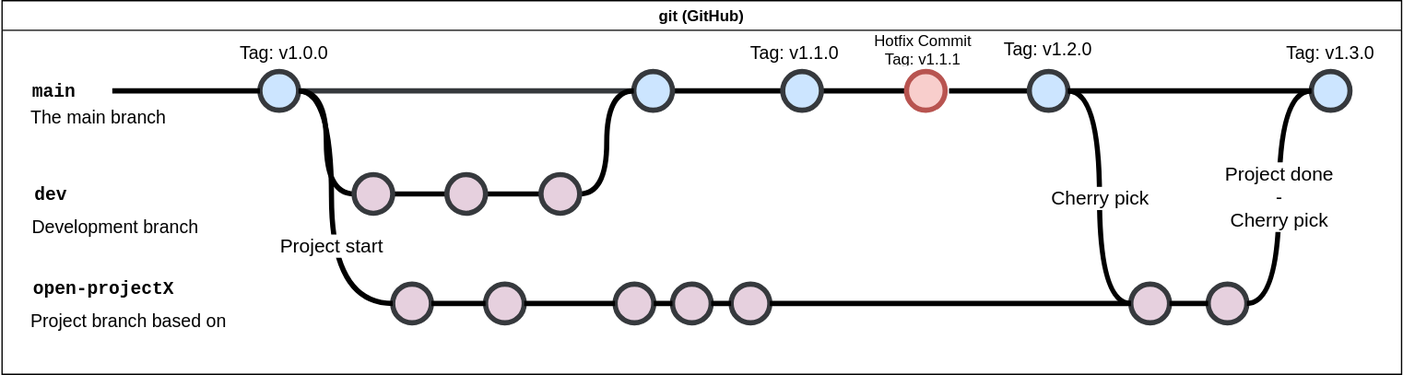
Earlier version of the draw.io export guide/modules/ROOT/assets/images/versioning_concept.drawio.svg (asam-ev/asam-project-guide-content). Source tidied: cells renumbered, new cells last; positions are measured from the earlier drawing's top-left corner, leaving out a move shared by most shapes. Source of this version:
```xml
<mxGraphModel>
  <root>
    <mxCell id="0" />
    <mxCell id="1" parent="0" />
    <mxCell id="2" style="edgeStyle=orthogonalEdgeStyle;rounded=0;html=1;jettySize=auto;endArrow=none;endFill=0;strokeWidth=4;fillColor=#cce5ff;strokeColor=#36393d;" parent="1" edge="1" source="4" target="6">
      <mxGeometry x="304.5" y="180" as="geometry" />
    </mxCell>
    <mxCell id="3" style="edgeStyle=orthogonalEdgeStyle;curved=1;rounded=0;html=1;exitX=1;exitY=0.5;exitPerimeter=0;entryX=0;entryY=0.5;entryPerimeter=0;endArrow=none;endFill=0;jettySize=auto;strokeWidth=4;fontSize=15;" parent="1" edge="1" source="4" target="14">
      <mxGeometry relative="1" as="geometry" />
    </mxCell>
    <mxCell id="4" style="verticalLabelPosition=bottom;verticalAlign=top;html=1;strokeWidth=4;shape=mxgraph.flowchart.on-page_reference;fillColor=#cce5ff;strokeColor=#36393d;" parent="1" vertex="1">
      <mxGeometry x="200.5" y="55" width="30" height="30" as="geometry" />
    </mxCell>
    <mxCell id="5" style="edgeStyle=orthogonalEdgeStyle;curved=1;rounded=0;jettySize=auto;html=1;endArrow=none;endFill=0;strokeWidth=4;fontFamily=Courier New;fontSize=16;" parent="1" edge="1" source="6" target="8">
      <mxGeometry relative="1" as="geometry" />
    </mxCell>
    <mxCell id="6" style="verticalLabelPosition=bottom;verticalAlign=top;html=1;strokeWidth=4;shape=mxgraph.flowchart.on-page_reference;fillColor=#cce5ff;strokeColor=#36393d;" parent="1" vertex="1">
      <mxGeometry x="490.5" y="55" width="30" height="30" as="geometry" />
    </mxCell>
    <mxCell id="7" style="edgeStyle=orthogonalEdgeStyle;curved=1;rounded=0;jettySize=auto;html=1;endArrow=none;endFill=0;strokeWidth=4;fontFamily=Courier New;fontSize=16;" parent="1" edge="1" source="8">
      <mxGeometry relative="1" as="geometry">
        <mxPoint x="705" y="70" as="targetPoint" />
      </mxGeometry>
    </mxCell>
    <mxCell id="8" style="verticalLabelPosition=bottom;verticalAlign=top;html=1;strokeWidth=4;shape=mxgraph.flowchart.on-page_reference;fillColor=#cce5ff;strokeColor=#36393d;" parent="1" vertex="1">
      <mxGeometry x="606" y="55" width="30" height="30" as="geometry" />
    </mxCell>
    <mxCell id="9" style="edgeStyle=orthogonalEdgeStyle;curved=1;rounded=0;jettySize=auto;html=1;endArrow=none;endFill=0;strokeWidth=4;fontFamily=Courier New;fontSize=16;" parent="1" edge="1" target="10">
      <mxGeometry relative="1" as="geometry">
        <mxPoint x="735" y="70" as="sourcePoint" />
      </mxGeometry>
    </mxCell>
    <mxCell id="10" style="verticalLabelPosition=bottom;verticalAlign=top;html=1;strokeWidth=4;shape=mxgraph.flowchart.on-page_reference;fillColor=#cce5ff;strokeColor=#36393d;" parent="1" vertex="1">
      <mxGeometry x="797.2" y="55" width="30" height="30" as="geometry" />
    </mxCell>
    <mxCell id="11" style="edgeStyle=orthogonalEdgeStyle;rounded=0;html=1;jettySize=auto;strokeWidth=4;endArrow=none;endFill=0;" parent="1" edge="1" target="4">
      <mxGeometry x="204.5" y="180" as="geometry">
        <mxPoint x="86" y="70" as="sourcePoint" />
      </mxGeometry>
    </mxCell>
    <mxCell id="12" value="main" style="text;html=1;strokeColor=none;fillColor=none;align=center;verticalAlign=middle;whiteSpace=wrap;overflow=hidden;fontSize=14;fontStyle=1;fontFamily=Courier New;" parent="1" vertex="1">
      <mxGeometry x="16" y="60" width="50" height="20" as="geometry" />
    </mxCell>
    <mxCell id="13" style="edgeStyle=orthogonalEdgeStyle;curved=1;rounded=0;html=1;exitX=1;exitY=0.5;exitPerimeter=0;entryX=0;entryY=0.5;entryPerimeter=0;endArrow=none;endFill=0;jettySize=auto;strokeWidth=4;fontSize=15;" parent="1" edge="1" source="14" target="16">
      <mxGeometry relative="1" as="geometry" />
    </mxCell>
    <mxCell id="14" style="verticalLabelPosition=bottom;verticalAlign=top;html=1;strokeWidth=4;shape=mxgraph.flowchart.on-page_reference;fillColor=#E6D0DE;strokeColor=#36393d;" parent="1" vertex="1">
      <mxGeometry x="273.5" y="135" width="30" height="30" as="geometry" />
    </mxCell>
    <mxCell id="15" style="edgeStyle=orthogonalEdgeStyle;curved=1;rounded=0;html=1;exitX=1;exitY=0.5;exitPerimeter=0;entryX=0;entryY=0.5;entryPerimeter=0;endArrow=none;endFill=0;jettySize=auto;strokeWidth=4;fontSize=15;" parent="1" edge="1" source="16" target="18">
      <mxGeometry relative="1" as="geometry" />
    </mxCell>
    <mxCell id="16" style="verticalLabelPosition=bottom;verticalAlign=top;html=1;strokeWidth=4;shape=mxgraph.flowchart.on-page_reference;fillColor=#E6D0DE;strokeColor=#36393d;" parent="1" vertex="1">
      <mxGeometry x="345.5" y="135" width="30" height="30" as="geometry" />
    </mxCell>
    <mxCell id="17" style="edgeStyle=orthogonalEdgeStyle;curved=1;rounded=0;html=1;exitX=1;exitY=0.5;exitPerimeter=0;entryX=0;entryY=0.5;entryPerimeter=0;endArrow=none;endFill=0;jettySize=auto;strokeWidth=4;fontSize=15;" parent="1" edge="1" source="18" target="6">
      <mxGeometry relative="1" as="geometry" />
    </mxCell>
    <mxCell id="18" style="verticalLabelPosition=bottom;verticalAlign=top;html=1;strokeWidth=4;shape=mxgraph.flowchart.on-page_reference;fillColor=#E6D0DE;strokeColor=#36393d;" parent="1" vertex="1">
      <mxGeometry x="418.5" y="135" width="30" height="30" as="geometry" />
    </mxCell>
    <mxCell id="19" value="dev" style="text;html=1;strokeColor=none;fillColor=none;align=left;verticalAlign=middle;whiteSpace=wrap;overflow=hidden;fontSize=14;fontStyle=1;fontFamily=Courier New;" parent="1" vertex="1">
      <mxGeometry x="23.5" y="140" width="240" height="20" as="geometry" />
    </mxCell>
    <mxCell id="20" value="The main branch&lt;br&gt;" style="text;html=1;strokeColor=none;fillColor=none;align=left;verticalAlign=middle;whiteSpace=wrap;overflow=hidden;fontSize=14;fontStyle=0;" parent="1" vertex="1">
      <mxGeometry x="21.2" y="80" width="132.2" height="20" as="geometry" />
    </mxCell>
    <mxCell id="21" value="Development branch" style="text;html=1;strokeColor=none;fillColor=none;align=left;verticalAlign=middle;whiteSpace=wrap;overflow=hidden;fontSize=14;fontStyle=0;" parent="1" vertex="1">
      <mxGeometry x="22.2" y="165" width="202.2" height="20" as="geometry" />
    </mxCell>
    <mxCell id="22" value="Tag: v1.0.0" style="text;html=1;strokeColor=none;fillColor=none;align=center;verticalAlign=middle;whiteSpace=wrap;overflow=hidden;fontSize=14;" parent="1" vertex="1">
      <mxGeometry x="174.8" y="30" width="89.2" height="20" as="geometry" />
    </mxCell>
    <mxCell id="23" value="Tag: v1.1.0" style="text;html=1;strokeColor=none;fillColor=none;align=center;verticalAlign=middle;whiteSpace=wrap;overflow=hidden;fontSize=14;" parent="1" vertex="1">
      <mxGeometry x="574" y="30" width="83" height="20" as="geometry" />
    </mxCell>
    <mxCell id="24" style="verticalLabelPosition=bottom;verticalAlign=top;html=1;strokeWidth=4;shape=mxgraph.flowchart.on-page_reference;fillColor=#E6D0DE;strokeColor=#36393d;" parent="1" vertex="1">
      <mxGeometry x="303.5" y="220" width="30" height="30" as="geometry" />
    </mxCell>
    <mxCell id="25" value="Project start" style="edgeStyle=orthogonalEdgeStyle;curved=1;rounded=0;html=1;exitX=1;exitY=0.5;exitPerimeter=0;entryX=0;entryY=0.5;entryPerimeter=0;endArrow=none;endFill=0;jettySize=auto;strokeWidth=4;fontSize=15;exitDx=0;exitDy=0;entryDx=0;entryDy=0;" parent="1" edge="1" source="4" target="24">
      <mxGeometry x="0.22" relative="1" as="geometry">
        <Array as="points">
          <mxPoint x="256" y="70" />
          <mxPoint x="256" y="235" />
        </Array>
      </mxGeometry>
    </mxCell>
    <mxCell id="26" value="open-projectX" style="text;html=1;strokeColor=none;fillColor=none;align=left;verticalAlign=middle;whiteSpace=wrap;overflow=hidden;fontSize=14;fontStyle=1;fontFamily=Courier New;" parent="1" vertex="1">
      <mxGeometry x="22.5" y="212.5" width="240" height="20" as="geometry" />
    </mxCell>
    <mxCell id="27" value="Project branch based on&lt;br&gt;version 1.0.0" style="text;html=1;strokeColor=none;fillColor=none;align=left;verticalAlign=middle;whiteSpace=wrap;overflow=hidden;fontSize=14;fontStyle=0;" parent="1" vertex="1">
      <mxGeometry x="21.2" y="237.5" width="202.2" height="20" as="geometry" />
    </mxCell>
    <mxCell id="28" style="verticalLabelPosition=bottom;verticalAlign=top;html=1;strokeWidth=4;shape=mxgraph.flowchart.on-page_reference;fillColor=#E6D0DE;strokeColor=#36393d;" parent="1" vertex="1">
      <mxGeometry x="375.5" y="220" width="30" height="30" as="geometry" />
    </mxCell>
    <mxCell id="29" style="verticalLabelPosition=bottom;verticalAlign=top;html=1;strokeWidth=4;shape=mxgraph.flowchart.on-page_reference;fillColor=#E6D0DE;strokeColor=#36393d;" parent="1" vertex="1">
      <mxGeometry x="476" y="220" width="30" height="30" as="geometry" />
    </mxCell>
    <mxCell id="30" style="verticalLabelPosition=bottom;verticalAlign=top;html=1;strokeWidth=4;shape=mxgraph.flowchart.on-page_reference;fillColor=#E6D0DE;strokeColor=#36393d;" parent="1" vertex="1">
      <mxGeometry x="520.5" y="220" width="30" height="30" as="geometry" />
    </mxCell>
    <mxCell id="31" style="verticalLabelPosition=bottom;verticalAlign=top;html=1;strokeWidth=4;shape=mxgraph.flowchart.on-page_reference;fillColor=#E6D0DE;strokeColor=#36393d;" parent="1" vertex="1">
      <mxGeometry x="566" y="220" width="30" height="30" as="geometry" />
    </mxCell>
    <mxCell id="32" style="verticalLabelPosition=bottom;verticalAlign=top;html=1;strokeWidth=4;shape=mxgraph.flowchart.on-page_reference;fillColor=#E6D0DE;strokeColor=#36393d;" parent="1" vertex="1">
      <mxGeometry x="876" y="220" width="30" height="30" as="geometry" />
    </mxCell>
    <mxCell id="33" style="edgeStyle=orthogonalEdgeStyle;curved=1;rounded=0;html=1;exitX=1;exitY=0.5;exitPerimeter=0;entryX=0;entryY=0.5;entryPerimeter=0;endArrow=none;endFill=0;jettySize=auto;strokeWidth=4;fontSize=15;exitDx=0;exitDy=0;entryDx=0;entryDy=0;" parent="1" edge="1" source="24" target="28">
      <mxGeometry relative="1" as="geometry" />
    </mxCell>
    <mxCell id="34" style="edgeStyle=orthogonalEdgeStyle;curved=1;rounded=0;html=1;exitX=1;exitY=0.5;exitPerimeter=0;entryX=0;entryY=0.5;entryPerimeter=0;endArrow=none;endFill=0;jettySize=auto;strokeWidth=4;fontSize=15;entryDx=0;entryDy=0;exitDx=0;exitDy=0;" parent="1" edge="1" source="28" target="29">
      <mxGeometry relative="1" as="geometry" />
    </mxCell>
    <mxCell id="35" style="edgeStyle=orthogonalEdgeStyle;curved=1;rounded=0;html=1;entryX=0;entryY=0.5;entryPerimeter=0;endArrow=none;endFill=0;jettySize=auto;strokeWidth=4;fontSize=15;entryDx=0;entryDy=0;" parent="1" edge="1" source="29" target="30">
      <mxGeometry relative="1" as="geometry" />
    </mxCell>
    <mxCell id="36" style="edgeStyle=orthogonalEdgeStyle;curved=1;rounded=0;html=1;endArrow=none;endFill=0;jettySize=auto;strokeWidth=4;fontSize=15;" parent="1" edge="1" source="30" target="31">
      <mxGeometry relative="1" as="geometry" />
    </mxCell>
    <mxCell id="37" style="edgeStyle=orthogonalEdgeStyle;curved=1;rounded=0;html=1;entryX=0;entryY=0.5;entryPerimeter=0;endArrow=none;endFill=0;jettySize=auto;strokeWidth=4;fontSize=15;entryDx=0;entryDy=0;" parent="1" edge="1" source="31" target="32">
      <mxGeometry relative="1" as="geometry" />
    </mxCell>
    <mxCell id="38" value="Cherry pick" style="edgeStyle=orthogonalEdgeStyle;curved=1;rounded=0;html=1;entryX=0;entryY=0.5;entryPerimeter=0;endArrow=none;endFill=0;jettySize=auto;strokeWidth=4;fontSize=15;entryDx=0;entryDy=0;exitX=1;exitY=0.5;exitDx=0;exitDy=0;exitPerimeter=0;" parent="1" edge="1" source="10" target="32">
      <mxGeometry relative="1" as="geometry" />
    </mxCell>
    <mxCell id="39" style="verticalLabelPosition=bottom;verticalAlign=top;html=1;strokeWidth=4;shape=mxgraph.flowchart.on-page_reference;fillColor=#cce5ff;strokeColor=#36393d;" parent="1" vertex="1">
      <mxGeometry x="1016" y="55" width="30" height="30" as="geometry" />
    </mxCell>
    <mxCell id="40" style="verticalLabelPosition=bottom;verticalAlign=top;html=1;strokeWidth=4;shape=mxgraph.flowchart.on-page_reference;fillColor=#E6D0DE;strokeColor=#36393d;" parent="1" vertex="1">
      <mxGeometry x="936" y="220" width="30" height="30" as="geometry" />
    </mxCell>
    <mxCell id="41" style="edgeStyle=orthogonalEdgeStyle;curved=1;rounded=0;html=1;endArrow=none;endFill=0;jettySize=auto;strokeWidth=4;fontSize=15;" parent="1" edge="1" source="32" target="40">
      <mxGeometry relative="1" as="geometry" />
    </mxCell>
    <mxCell id="42" style="edgeStyle=orthogonalEdgeStyle;curved=1;rounded=0;html=1;entryX=0;entryY=0.5;entryPerimeter=0;endArrow=none;endFill=0;jettySize=auto;strokeWidth=4;fontSize=15;entryDx=0;entryDy=0;exitX=1;exitY=0.5;exitDx=0;exitDy=0;exitPerimeter=0;" parent="1" edge="1" source="10" target="39">
      <mxGeometry relative="1" as="geometry" />
    </mxCell>
    <mxCell id="43" value="Project done&lt;br&gt;-&lt;br&gt;Cherry pick" style="edgeStyle=orthogonalEdgeStyle;curved=1;rounded=0;html=1;entryX=0;entryY=0.5;entryPerimeter=0;endArrow=none;endFill=0;jettySize=auto;strokeWidth=4;fontSize=15;entryDx=0;entryDy=0;exitX=1;exitY=0.5;exitDx=0;exitDy=0;exitPerimeter=0;" parent="1" edge="1" source="40" target="39">
      <mxGeometry relative="1" as="geometry" />
    </mxCell>
    <mxCell id="44" value="Tag: v1.3.0" style="text;html=1;strokeColor=none;fillColor=none;align=center;verticalAlign=middle;whiteSpace=wrap;overflow=hidden;fontSize=14;" parent="1" vertex="1">
      <mxGeometry x="991" y="30" width="80" height="20" as="geometry" />
    </mxCell>
    <mxCell id="45" value="git (GitHub)" style="swimlane;" parent="1" vertex="1">
      <mxGeometry x="0.5" width="1085.5" height="290" as="geometry" />
    </mxCell>
    <mxCell id="46" style="verticalLabelPosition=bottom;verticalAlign=top;html=1;strokeWidth=4;shape=mxgraph.flowchart.on-page_reference;fillColor=#f8cecc;strokeColor=#b85450;" parent="45" vertex="1">
      <mxGeometry x="701.5" y="55" width="30" height="30" as="geometry" />
    </mxCell>
    <mxCell id="47" value="Hotfix Commit&lt;br&gt;Tag: v1.1.1" style="text;html=1;strokeColor=none;fillColor=none;align=center;verticalAlign=middle;whiteSpace=wrap;overflow=hidden;" parent="45" vertex="1">
      <mxGeometry x="674.5" y="22" width="80" height="30" as="geometry" />
    </mxCell>
    <mxCell id="48" value="Tag: v1.2.0" style="text;html=1;strokeColor=none;fillColor=none;align=center;verticalAlign=middle;whiteSpace=wrap;overflow=hidden;fontSize=14;" parent="45" vertex="1">
      <mxGeometry x="772.5" y="27" width="77.5" height="20" as="geometry" />
    </mxCell>
  </root>
</mxGraphModel>
```
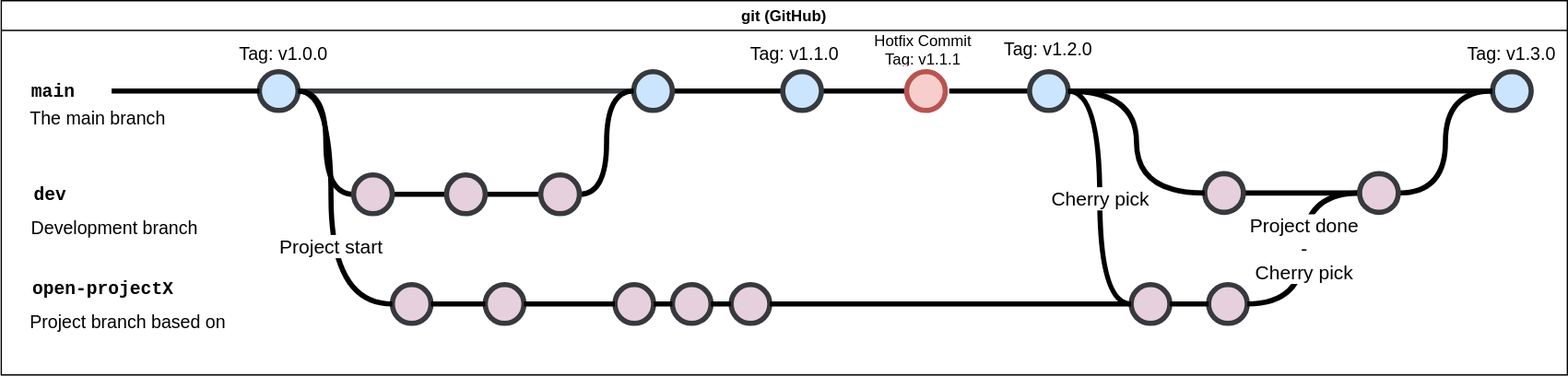
After the change.

Commit message:
Updated versioning concept

Diff of the diagram source:
```diff
@@ -124,9 +124,6 @@
     <mxCell id="38" value="Cherry pick" style="edgeStyle=orthogonalEdgeStyle;curved=1;rounded=0;html=1;entryX=0;entryY=0.5;entryPerimeter=0;endArrow=none;endFill=0;jettySize=auto;strokeWidth=4;fontSize=15;entryDx=0;entryDy=0;exitX=1;exitY=0.5;exitDx=0;exitDy=0;exitPerimeter=0;" parent="1" edge="1" source="10" target="32">
       <mxGeometry relative="1" as="geometry" />
     </mxCell>
-    <mxCell id="39" style="verticalLabelPosition=bottom;verticalAlign=top;html=1;strokeWidth=4;shape=mxgraph.flowchart.on-page_reference;fillColor=#cce5ff;strokeColor=#36393d;" parent="1" vertex="1">
-      <mxGeometry x="1016" y="55" width="30" height="30" as="geometry" />
-    </mxCell>
     <mxCell id="40" style="verticalLabelPosition=bottom;verticalAlign=top;html=1;strokeWidth=4;shape=mxgraph.flowchart.on-page_reference;fillColor=#E6D0DE;strokeColor=#36393d;" parent="1" vertex="1">
       <mxGeometry x="936" y="220" width="30" height="30" as="geometry" />
     </mxCell>
@@ -136,14 +133,11 @@
     <mxCell id="42" style="edgeStyle=orthogonalEdgeStyle;curved=1;rounded=0;html=1;entryX=0;entryY=0.5;entryPerimeter=0;endArrow=none;endFill=0;jettySize=auto;strokeWidth=4;fontSize=15;entryDx=0;entryDy=0;exitX=1;exitY=0.5;exitDx=0;exitDy=0;exitPerimeter=0;" parent="1" edge="1" source="10" target="39">
       <mxGeometry relative="1" as="geometry" />
     </mxCell>
-    <mxCell id="43" value="Project done&lt;br&gt;-&lt;br&gt;Cherry pick" style="edgeStyle=orthogonalEdgeStyle;curved=1;rounded=0;html=1;entryX=0;entryY=0.5;entryPerimeter=0;endArrow=none;endFill=0;jettySize=auto;strokeWidth=4;fontSize=15;entryDx=0;entryDy=0;exitX=1;exitY=0.5;exitDx=0;exitDy=0;exitPerimeter=0;" parent="1" edge="1" source="40" target="39">
+    <mxCell id="43" value="Project done&lt;br&gt;-&lt;br&gt;Cherry pick" style="edgeStyle=orthogonalEdgeStyle;curved=1;rounded=0;html=1;entryX=0;entryY=0.5;entryPerimeter=0;endArrow=none;endFill=0;jettySize=auto;strokeWidth=4;fontSize=15;entryDx=0;entryDy=0;exitX=1;exitY=0.5;exitDx=0;exitDy=0;exitPerimeter=0;" parent="1" edge="1" source="40" target="52">
       <mxGeometry relative="1" as="geometry" />
     </mxCell>
-    <mxCell id="44" value="Tag: v1.3.0" style="text;html=1;strokeColor=none;fillColor=none;align=center;verticalAlign=middle;whiteSpace=wrap;overflow=hidden;fontSize=14;" parent="1" vertex="1">
-      <mxGeometry x="991" y="30" width="80" height="20" as="geometry" />
-    </mxCell>
     <mxCell id="45" value="git (GitHub)" style="swimlane;" parent="1" vertex="1">
-      <mxGeometry x="0.5" width="1085.5" height="290" as="geometry" />
+      <mxGeometry x="0.5" width="1213.5" height="290" as="geometry" />
     </mxCell>
     <mxCell id="46" style="verticalLabelPosition=bottom;verticalAlign=top;html=1;strokeWidth=4;shape=mxgraph.flowchart.on-page_reference;fillColor=#f8cecc;strokeColor=#b85450;" parent="45" vertex="1">
       <mxGeometry x="701.5" y="55" width="30" height="30" as="geometry" />
@@ -154,5 +148,26 @@
     <mxCell id="48" value="Tag: v1.2.0" style="text;html=1;strokeColor=none;fillColor=none;align=center;verticalAlign=middle;whiteSpace=wrap;overflow=hidden;fontSize=14;" parent="45" vertex="1">
       <mxGeometry x="772.5" y="27" width="77.5" height="20" as="geometry" />
     </mxCell>
+    <mxCell id="49" style="edgeStyle=orthogonalEdgeStyle;jettySize=auto;html=1;exitX=1;exitY=0.5;exitDx=0;exitDy=0;exitPerimeter=0;curved=1;strokeWidth=4;endArrow=none;endFill=0;" parent="45" edge="1" source="50" target="52">
+      <mxGeometry relative="1" as="geometry" />
+    </mxCell>
+    <mxCell id="50" style="verticalLabelPosition=bottom;verticalAlign=top;html=1;strokeWidth=4;shape=mxgraph.flowchart.on-page_reference;fillColor=#E6D0DE;strokeColor=#36393d;" parent="45" vertex="1">
+      <mxGeometry x="932.5" y="134" width="30" height="30" as="geometry" />
+    </mxCell>
+    <mxCell id="44" value="Tag: v1.3.0" style="text;html=1;strokeColor=none;fillColor=none;align=center;verticalAlign=middle;whiteSpace=wrap;overflow=hidden;fontSize=14;" parent="45" vertex="1">
+      <mxGeometry x="1130.5" y="30" width="80" height="20" as="geometry" />
+    </mxCell>
+    <mxCell id="39" style="verticalLabelPosition=bottom;verticalAlign=top;html=1;strokeWidth=4;shape=mxgraph.flowchart.on-page_reference;fillColor=#cce5ff;strokeColor=#36393d;" parent="45" vertex="1">
+      <mxGeometry x="1155.5" y="55" width="30" height="30" as="geometry" />
+    </mxCell>
+    <mxCell id="51" style="edgeStyle=orthogonalEdgeStyle;curved=1;jettySize=auto;html=1;exitX=1;exitY=0.5;exitDx=0;exitDy=0;exitPerimeter=0;entryX=0;entryY=0.5;entryDx=0;entryDy=0;entryPerimeter=0;endArrow=none;endFill=0;strokeWidth=4;" parent="45" edge="1" source="52" target="39">
+      <mxGeometry relative="1" as="geometry" />
+    </mxCell>
+    <mxCell id="52" style="verticalLabelPosition=bottom;verticalAlign=top;html=1;strokeWidth=4;shape=mxgraph.flowchart.on-page_reference;fillColor=#E6D0DE;strokeColor=#36393d;" parent="45" vertex="1">
+      <mxGeometry x="1052.5" y="134" width="30" height="30" as="geometry" />
+    </mxCell>
+    <mxCell id="53" style="edgeStyle=orthogonalEdgeStyle;curved=1;rounded=0;html=1;entryX=0;entryY=0.5;entryPerimeter=0;endArrow=none;endFill=0;jettySize=auto;strokeWidth=4;fontSize=15;entryDx=0;entryDy=0;" parent="1" edge="1" source="10" target="50">
+      <mxGeometry relative="1" as="geometry" />
+    </mxCell>
   </root>
 </mxGraphModel>
```
